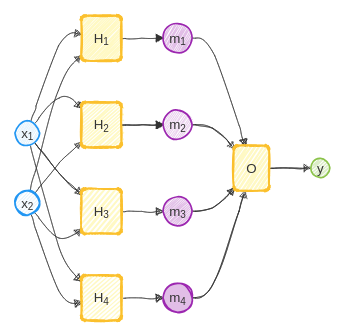
teenytinynn/from-neuron-to-chat keeps this Mermaid diagram as neural-networks/01-multi-layer-neural-network/deep-neural-network.png. Above is the earlier version. Its source is kept beside it as mermaid/deep-neural-network.mmd. Source of this version:
```mermaid
flowchart LR
    classDef in fill:#E3F2FD,stroke:#2196F3,stroke-width:2px;
    classDef para fill:#FFF9C4,stroke:#FBC02D,stroke-width:2px;
    classDef act fill:#E1BEE7,stroke:#9C27B0,stroke-width:2px;
    classDef func fill:#F8BBD0,stroke:#E91E63,stroke-width:2px;
    classDef out fill:#DCEDC8,stroke:#8BC34A,stroke-width:2px;
    classDef skip stroke:#B0BEC5,stroke-width:2px,stroke-dasharray: 5 5;

    X1((x<sub>1</sub>)):::in
    X2((x<sub>2</sub>)):::in
    M1("H<sub>1</sub>"):::para
    M2("H<sub>2</sub>"):::para
    M3("H<sub>3</sub>"):::para
    M4("H<sub>4</sub>"):::para
    W1((m<sub>1</sub>)):::act
    W2((m<sub>2</sub>)):::act
    W3((m<sub>3</sub>)):::act
    W4((m<sub>4</sub>)):::act
    M5("O"):::para
    Y((y)):::out

    X1 --> M1
    X1 --> M2
    X1 --> M3
    X1 --> M4
    X2 --> M1
    X2 --> M2
    X2 --> M3
    X2 --> M4
    M1 --> W1
    M2 --> W2
    M3 --> W3
    M4 --> W4
    W1 --> M5
    W2 --> M5
    W3 --> M5
    W4 --> M5
    M5 --> Y
```
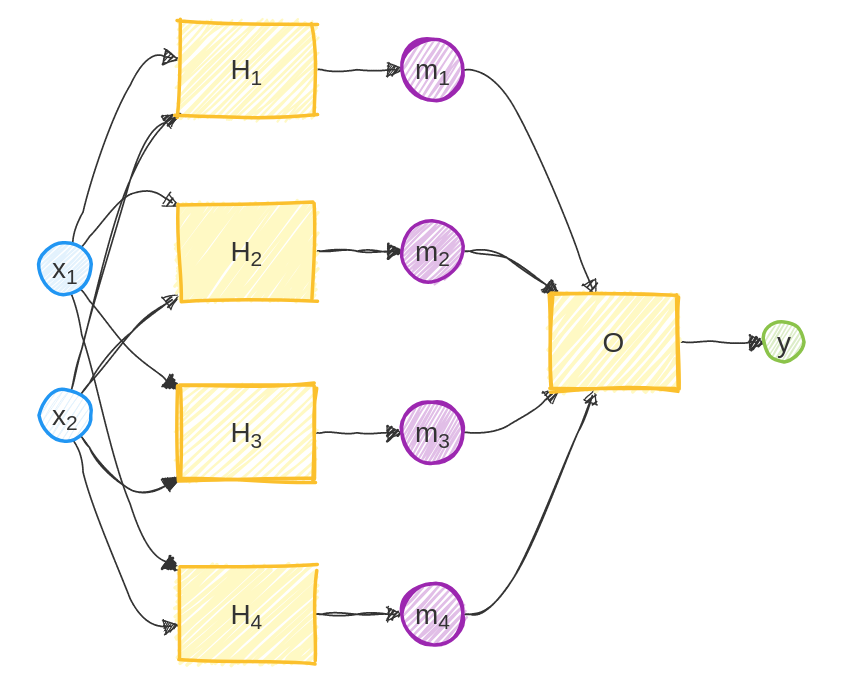
After the change.

What changed in the source:
```diff
@@ -8,31 +8,22 @@
 
     X1((x<sub>1</sub>)):::in
     X2((x<sub>2</sub>)):::in
-    M1("H<sub>1</sub>"):::para
-    M2("H<sub>2</sub>"):::para
-    M3("H<sub>3</sub>"):::para
-    M4("H<sub>4</sub>"):::para
-    W1((m<sub>1</sub>)):::act
-    W2((m<sub>2</sub>)):::act
-    W3((m<sub>3</sub>)):::act
-    W4((m<sub>4</sub>)):::act
-    M5("O"):::para
+    H1["H<sub>1</sub>"]:::para
+    H2["H<sub>2</sub>"]:::para
+    H3["H<sub>3</sub>"]:::para
+    H4["H<sub>4</sub>"]:::para
+    M1((m<sub>1</sub>)):::act
+    M2((m<sub>2</sub>)):::act
+    M3((m<sub>3</sub>)):::act
+    M4((m<sub>4</sub>)):::act
+    O["O"]:::para
     Y((y)):::out
 
-    X1 --> M1
-    X1 --> M2
-    X1 --> M3
-    X1 --> M4
-    X2 --> M1
-    X2 --> M2
-    X2 --> M3
-    X2 --> M4
-    M1 --> W1
-    M2 --> W2
-    M3 --> W3
-    M4 --> W4
-    W1 --> M5
-    W2 --> M5
-    W3 --> M5
-    W4 --> M5
-    M5 --> Y
+    X1 --> H1 --> M1 --> O --> Y
+    X1 --> H2 --> M2 --> O
+    X1 --> H3 --> M3 --> O
+    X1 --> H4 --> M4 --> O
+    X2 --> H1
+    X2 --> H2
+    X2 --> H3
+    X2 --> H4
```
